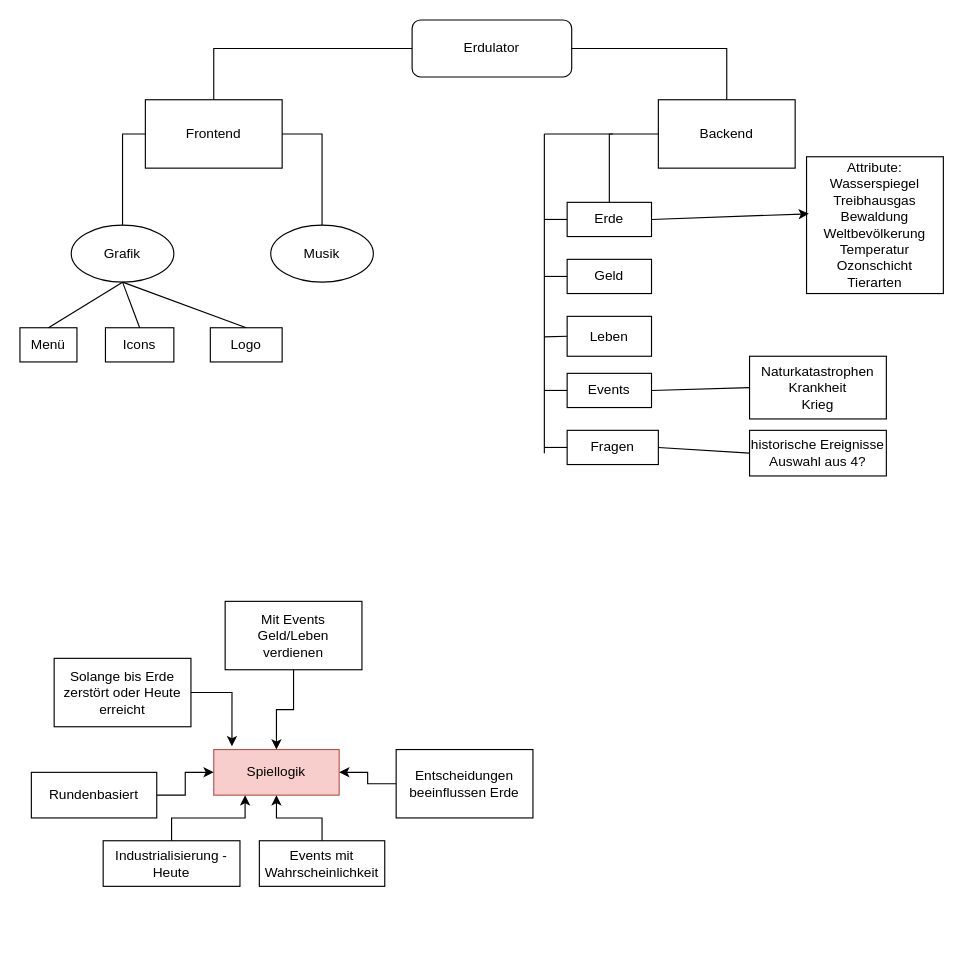
The draw.io diagram Erdulator.drawio in dimitrod/Erdulator, before the edit. Source tidied: cells renumbered, new cells numbered last; positions are measured from the earlier drawing's top-left corner, leaving out a move shared by most shapes. Both pictures are drawn from the tidied source at 114%, with x=0, y=0 at pixel (19, 19).
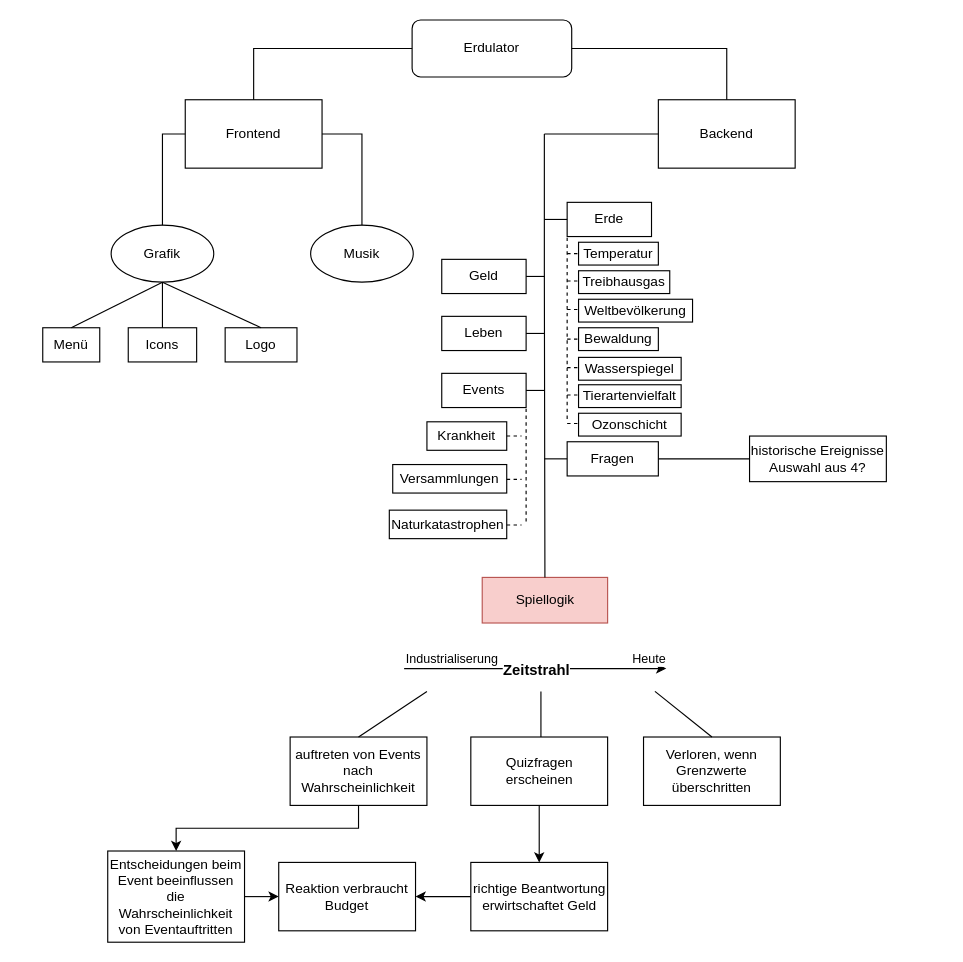
After the change.

Unchanged cells that the change refers to:
```xml
<mxCell id="2" value="Erdulator" style="rounded=1;whiteSpace=wrap;html=1;" parent="1" vertex="1">
  <mxGeometry x="344" width="140" height="50" as="geometry" />
</mxCell>
<mxCell id="8" value="Backend" style="rounded=0;whiteSpace=wrap;html=1;" parent="1" vertex="1">
  <mxGeometry x="560" y="70" width="120" height="60" as="geometry" />
</mxCell>
<mxCell id="10" value="Erde" style="rounded=0;whiteSpace=wrap;html=1;" parent="1" vertex="1">
  <mxGeometry x="480" y="160" width="74" height="30" as="geometry" />
</mxCell>
```

Change to the diagram source:
```diff
@@
     <mxCell id="3" value="Logo" style="rounded=0;whiteSpace=wrap;html=1;" parent="1" vertex="1">
-      <mxGeometry x="167" y="270" width="63" height="30" as="geometry" />
+      <mxGeometry x="180" y="270" width="63" height="30" as="geometry" />
     </mxCell>
     <mxCell id="4" value="Musik" style="ellipse;whiteSpace=wrap;html=1;" parent="1" vertex="1">
-      <mxGeometry x="220" y="180" width="90" height="50" as="geometry" />
+      <mxGeometry x="255" y="180" width="90" height="50" as="geometry" />
     </mxCell>
     <mxCell id="5" value="Grafik" style="ellipse;whiteSpace=wrap;html=1;" parent="1" vertex="1">
-      <mxGeometry x="45" y="180" width="90" height="50" as="geometry" />
+      <mxGeometry x="80" y="180" width="90" height="50" as="geometry" />
     </mxCell>
     <mxCell id="6" value="Icons" style="rounded=0;whiteSpace=wrap;html=1;" parent="1" vertex="1">
-      <mxGeometry x="75" y="270" width="60" height="30" as="geometry" />
+      <mxGeometry x="95" y="270" width="60" height="30" as="geometry" />
     </mxCell>
     <mxCell id="7" value="Spiellogik" style="rounded=0;whiteSpace=wrap;html=1;fillColor=#f8cecc;strokeColor=#b85450;" parent="1" vertex="1">
-      <mxGeometry x="170" y="640" width="110" height="40" as="geometry" />
+      <mxGeometry x="405.5" y="489" width="110" height="40" as="geometry" />
     </mxCell>
@@
     <mxCell id="9" value="Menü" style="rounded=0;whiteSpace=wrap;html=1;" parent="1" vertex="1">
-      <mxGeometry y="270" width="50" height="30" as="geometry" />
+      <mxGeometry x="20" y="270" width="50" height="30" as="geometry" />
     </mxCell>
@@
-    <mxCell id="11" value="Attribute:&lt;br&gt;Wasserspiegel&lt;br&gt;Treibhausgas&lt;br&gt;Bewaldung&lt;br&gt;Weltbevölkerung&lt;br&gt;Temperatur&lt;br&gt;Ozonschicht&lt;br&gt;Tierarten" style="rounded=0;whiteSpace=wrap;html=1;" parent="1" vertex="1">
-      <mxGeometry x="690" y="120" width="120" height="120" as="geometry" />
-    </mxCell>
-    <mxCell id="12" style="endArrow=classic;html=1;rounded=0;exitX=1;exitY=0.5;exitDx=0;exitDy=0;entryX=0.017;entryY=0.417;entryDx=0;entryDy=0;entryPerimeter=0;" parent="1" edge="1" source="10" target="11">
-      <mxGeometry relative="1" as="geometry" />
-    </mxCell>
     <mxCell id="13" value="Frontend" style="rounded=0;whiteSpace=wrap;html=1;" parent="1" vertex="1">
-      <mxGeometry x="110" y="70" width="120" height="60" as="geometry" />
+      <mxGeometry x="145" y="70" width="120" height="60" as="geometry" />
     </mxCell>
     <mxCell id="14" value="Geld" style="rounded=0;whiteSpace=wrap;html=1;" parent="1" vertex="1">
-      <mxGeometry x="480" y="210" width="74" height="30" as="geometry" />
+      <mxGeometry x="370" y="210" width="74" height="30" as="geometry" />
     </mxCell>
-    <mxCell id="15" value="Leben" style="rounded=0;whiteSpace=wrap;html=1;" parent="1" vertex="1">
-      <mxGeometry x="480" y="260" width="74" height="35" as="geometry" />
-    </mxCell>
     <mxCell id="16" value="Events" style="rounded=0;whiteSpace=wrap;html=1;" parent="1" vertex="1">
-      <mxGeometry x="480" y="310" width="74" height="30" as="geometry" />
+      <mxGeometry x="370" y="310" width="74" height="30" as="geometry" />
     </mxCell>
-    <mxCell id="17" value="Naturkatastrophen&lt;br&gt;Krankheit&lt;br&gt;Krieg" style="rounded=0;whiteSpace=wrap;html=1;" parent="1" vertex="1">
-      <mxGeometry x="640" y="295" width="120" height="55" as="geometry" />
-    </mxCell>
     <mxCell id="18" value="Fragen" style="rounded=0;whiteSpace=wrap;html=1;" parent="1" vertex="1">
-      <mxGeometry x="480" y="360" width="80" height="30" as="geometry" />
+      <mxGeometry x="480" y="370" width="80" height="30" as="geometry" />
     </mxCell>
     <mxCell id="19" value="historische Ereignisse&lt;br&gt;Auswahl aus 4?" style="rounded=0;whiteSpace=wrap;html=1;" parent="1" vertex="1">
-      <mxGeometry x="640" y="360" width="120" height="40" as="geometry" />
+      <mxGeometry x="640" y="365" width="120" height="40" as="geometry" />
     </mxCell>
-    <mxCell id="20" style="endArrow=none;html=1;rounded=0;entryX=1;entryY=0.5;entryDx=0;entryDy=0;exitX=0;exitY=0.5;exitDx=0;exitDy=0;" parent="1" edge="1" source="17" target="16">
-      <mxGeometry relative="1" as="geometry" />
-    </mxCell>
@@
-    <mxCell id="22" style="edgeStyle=orthogonalEdgeStyle;rounded=0;jettySize=auto;html=1;entryX=0;entryY=0.5;entryDx=0;entryDy=0;" parent="1" edge="1" source="23" target="7">
-      <mxGeometry relative="1" as="geometry" />
-    </mxCell>
-    <mxCell id="23" value="Rundenbasiert" style="rounded=0;whiteSpace=wrap;html=1;" parent="1" vertex="1">
-      <mxGeometry x="10" y="660" width="110" height="40" as="geometry" />
-    </mxCell>
-    <mxCell id="24" style="edgeStyle=orthogonalEdgeStyle;rounded=0;jettySize=auto;html=1;entryX=0.25;entryY=1;entryDx=0;entryDy=0;" parent="1" edge="1" source="25" target="7">
-      <mxGeometry relative="1" as="geometry" />
-    </mxCell>
-    <mxCell id="25" value="Industrialisierung - Heute" style="rounded=0;whiteSpace=wrap;html=1;" parent="1" vertex="1">
-      <mxGeometry x="73" y="720" width="120" height="40" as="geometry" />
-    </mxCell>
     <mxCell id="26" style="endArrow=none;html=1;rounded=0;entryX=0;entryY=0.5;entryDx=0;entryDy=0;exitX=0.5;exitY=0;exitDx=0;exitDy=0;" parent="1" edge="1" source="13" target="2">
       <mxGeometry relative="1" as="geometry">
         <Array as="points">
-          <mxPoint x="170" y="25" />
+          <mxPoint x="205" y="25" />
         </Array>
       </mxGeometry>
     </mxCell>
@@
-    <mxCell id="28" style="endArrow=none;html=1;rounded=0;entryX=0;entryY=0.5;entryDx=0;entryDy=0;exitX=0.5;exitY=0;exitDx=0;exitDy=0;" parent="1" edge="1" source="10" target="8">
-      <mxGeometry relative="1" as="geometry">
-        <Array as="points">
-          <mxPoint x="517" y="100" />
-        </Array>
-      </mxGeometry>
-    </mxCell>
-    <mxCell id="29" style="endArrow=none;html=1;rounded=0;" parent="1" edge="1">
+    <mxCell id="29" style="endArrow=none;html=1;rounded=0;exitX=0.5;exitY=0;exitDx=0;exitDy=0;" parent="1" edge="1" source="7">
       <mxGeometry relative="1" as="geometry">
-        <mxPoint x="460" y="380" as="sourcePoint" />
         <mxPoint x="460" y="100" as="targetPoint" />
+        <Array as="points">
+          <mxPoint x="460" y="220" />
+        </Array>
       </mxGeometry>
     </mxCell>
-    <mxCell id="30" style="endArrow=none;html=1;rounded=0;" parent="1" edge="1">
+    <mxCell id="30" style="endArrow=none;html=1;rounded=0;entryX=0;entryY=0.5;entryDx=0;entryDy=0;" parent="1" edge="1" target="8">
       <mxGeometry relative="1" as="geometry">
         <mxPoint x="460" y="100" as="sourcePoint" />
-        <mxPoint x="520" y="100" as="targetPoint" />
       </mxGeometry>
     </mxCell>
@@
-    <mxCell id="32" style="endArrow=none;html=1;rounded=0;entryX=0;entryY=0.5;entryDx=0;entryDy=0;" parent="1" edge="1" target="14">
-      <mxGeometry relative="1" as="geometry">
-        <mxPoint x="460" y="225" as="sourcePoint" />
-      </mxGeometry>
-    </mxCell>
-    <mxCell id="33" style="endArrow=none;html=1;rounded=0;entryX=0;entryY=0.5;entryDx=0;entryDy=0;" parent="1" edge="1" target="15">
-      <mxGeometry relative="1" as="geometry">
-        <mxPoint x="460" y="278" as="sourcePoint" />
-      </mxGeometry>
-    </mxCell>
-    <mxCell id="34" style="endArrow=none;html=1;rounded=0;entryX=0;entryY=0.5;entryDx=0;entryDy=0;" parent="1" edge="1" target="16">
-      <mxGeometry relative="1" as="geometry">
-        <mxPoint x="460" y="325" as="sourcePoint" />
-      </mxGeometry>
-    </mxCell>
     <mxCell id="35" style="endArrow=none;html=1;rounded=0;entryX=0;entryY=0.5;entryDx=0;entryDy=0;" parent="1" edge="1" target="18">
       <mxGeometry relative="1" as="geometry">
-        <mxPoint x="460" y="375" as="sourcePoint" />
+        <mxPoint x="460" y="385" as="sourcePoint" />
       </mxGeometry>
     </mxCell>
     <mxCell id="36" style="endArrow=none;html=1;rounded=0;entryX=0;entryY=0.5;entryDx=0;entryDy=0;exitX=0.5;exitY=0;exitDx=0;exitDy=0;" parent="1" edge="1" source="5" target="13">
       <mxGeometry relative="1" as="geometry">
         <Array as="points">
-          <mxPoint x="90" y="100" />
+          <mxPoint x="125" y="100" />
         </Array>
       </mxGeometry>
     </mxCell>
     <mxCell id="37" style="endArrow=none;html=1;rounded=0;entryX=0.5;entryY=0;entryDx=0;entryDy=0;exitX=1;exitY=0.5;exitDx=0;exitDy=0;" parent="1" edge="1" source="13" target="4">
       <mxGeometry relative="1" as="geometry">
         <Array as="points">
-          <mxPoint x="265" y="100" />
+          <mxPoint x="300" y="100" />
         </Array>
       </mxGeometry>
     </mxCell>
@@
-    <mxCell id="41" style="edgeStyle=orthogonalEdgeStyle;rounded=0;jettySize=auto;html=1;" parent="1" edge="1" source="42" target="7">
-      <mxGeometry relative="1" as="geometry" />
-    </mxCell>
-    <mxCell id="42" value="Events mit Wahrscheinlichkeit" style="rounded=0;whiteSpace=wrap;html=1;" parent="1" vertex="1">
-      <mxGeometry x="210" y="720" width="110" height="40" as="geometry" />
-    </mxCell>
-    <mxCell id="43" style="edgeStyle=orthogonalEdgeStyle;rounded=0;jettySize=auto;html=1;" parent="1" edge="1" source="44" target="7">
-      <mxGeometry relative="1" as="geometry" />
-    </mxCell>
-    <mxCell id="44" value="Entscheidungen beeinflussen Erde" style="rounded=0;whiteSpace=wrap;html=1;" parent="1" vertex="1">
-      <mxGeometry x="330" y="640" width="120" height="60" as="geometry" />
-    </mxCell>
-    <mxCell id="45" style="edgeStyle=orthogonalEdgeStyle;rounded=0;jettySize=auto;html=1;entryX=0.145;entryY=-0.071;entryDx=0;entryDy=0;entryPerimeter=0;" parent="1" edge="1" source="46" target="7">
-      <mxGeometry relative="1" as="geometry" />
-    </mxCell>
-    <mxCell id="46" value="Solange bis Erde zerstört oder Heute erreicht" style="rounded=0;whiteSpace=wrap;html=1;" parent="1" vertex="1">
-      <mxGeometry x="30" y="560" width="120" height="60" as="geometry" />
-    </mxCell>
-    <mxCell id="47" style="edgeStyle=orthogonalEdgeStyle;rounded=0;jettySize=auto;html=1;" parent="1" edge="1" source="48" target="7">
-      <mxGeometry relative="1" as="geometry" />
-    </mxCell>
-    <mxCell id="48" value="Mit Events Geld/Leben verdienen" style="rounded=0;whiteSpace=wrap;html=1;" parent="1" vertex="1">
-      <mxGeometry x="180" y="510" width="120" height="60" as="geometry" />
-    </mxCell>
+    <mxCell id="15" value="Leben" style="rounded=0;whiteSpace=wrap;html=1;" parent="1" vertex="1">
+      <mxGeometry x="370" y="260" width="74" height="30" as="geometry" />
+    </mxCell>
+    <mxCell id="49" style="endArrow=classic;html=1;rounded=0;" parent="1" edge="1">
+      <mxGeometry relative="1" as="geometry">
+        <mxPoint x="337" y="569" as="sourcePoint" />
+        <mxPoint x="567" y="569" as="targetPoint" />
+      </mxGeometry>
+    </mxCell>
+    <mxCell id="50" value="Zeitstrahl" style="edgeLabel;html=1;align=center;verticalAlign=middle;fontSize=13;fontStyle=1;" parent="49" vertex="1">
+      <mxGeometry relative="1" as="geometry" />
+    </mxCell>
+    <mxCell id="51" value="Industrialiserung" style="edgeLabel;html=1;align=left;verticalAlign=bottom;" parent="49" vertex="1">
+      <mxGeometry x="-1" relative="1" as="geometry" />
+    </mxCell>
+    <mxCell id="52" value="Heute" style="edgeLabel;html=1;align=right;verticalAlign=bottom;" parent="49" vertex="1">
+      <mxGeometry x="1" relative="1" as="geometry" />
+    </mxCell>
+    <mxCell id="53" style="edgeStyle=orthogonalEdgeStyle;rounded=0;jettySize=auto;html=1;exitX=0.5;exitY=1;exitDx=0;exitDy=0;entryX=0.5;entryY=0;entryDx=0;entryDy=0;" parent="1" edge="1" source="54" target="56">
+      <mxGeometry relative="1" as="geometry" />
+    </mxCell>
+    <mxCell id="54" value="auftreten von Events nach Wahrscheinlichkeit" style="rounded=0;whiteSpace=wrap;html=1;" parent="1" vertex="1">
+      <mxGeometry x="237" y="629" width="120" height="60" as="geometry" />
+    </mxCell>
+    <mxCell id="55" style="edgeStyle=orthogonalEdgeStyle;rounded=0;jettySize=auto;html=1;exitX=1;exitY=0.5;exitDx=0;exitDy=0;entryX=0;entryY=0.5;entryDx=0;entryDy=0;" parent="1" edge="1" source="56" target="59">
+      <mxGeometry relative="1" as="geometry" />
+    </mxCell>
+    <mxCell id="56" value="Entscheidungen beim Event beeinflussen die Wahrscheinlichkeit von Eventauftritten" style="rounded=0;whiteSpace=wrap;html=1;" parent="1" vertex="1">
+      <mxGeometry x="77" y="729" width="120" height="80" as="geometry" />
+    </mxCell>
+    <mxCell id="57" style="edgeStyle=orthogonalEdgeStyle;rounded=0;jettySize=auto;html=1;" parent="1" edge="1" source="58" target="61">
+      <mxGeometry relative="1" as="geometry" />
+    </mxCell>
+    <mxCell id="58" value="Quizfragen erscheinen" style="rounded=0;whiteSpace=wrap;html=1;" parent="1" vertex="1">
+      <mxGeometry x="395.5" y="629" width="120" height="60" as="geometry" />
+    </mxCell>
+    <mxCell id="59" value="Reaktion verbraucht Budget" style="rounded=0;whiteSpace=wrap;html=1;" parent="1" vertex="1">
+      <mxGeometry x="227" y="739" width="120" height="60" as="geometry" />
+    </mxCell>
+    <mxCell id="60" style="edgeStyle=orthogonalEdgeStyle;rounded=0;jettySize=auto;html=1;exitX=0;exitY=0.5;exitDx=0;exitDy=0;entryX=1;entryY=0.5;entryDx=0;entryDy=0;" parent="1" edge="1" source="61" target="59">
+      <mxGeometry relative="1" as="geometry" />
+    </mxCell>
+    <mxCell id="61" value="richtige Beantwortung erwirtschaftet Geld" style="whiteSpace=wrap;html=1;rounded=0;" parent="1" vertex="1">
+      <mxGeometry x="395.5" y="739" width="120" height="60" as="geometry" />
+    </mxCell>
+    <mxCell id="62" value="Verloren, wenn Grenzwerte überschritten" style="rounded=0;whiteSpace=wrap;html=1;" parent="1" vertex="1">
+      <mxGeometry x="547" y="629" width="120" height="60" as="geometry" />
+    </mxCell>
+    <mxCell id="63" style="endArrow=none;html=1;rounded=0;entryX=0.5;entryY=0;entryDx=0;entryDy=0;" parent="1" edge="1" target="54">
+      <mxGeometry relative="1" as="geometry">
+        <mxPoint x="357" y="589" as="sourcePoint" />
+      </mxGeometry>
+    </mxCell>
+    <mxCell id="64" style="endArrow=none;html=1;rounded=0;" parent="1" edge="1">
+      <mxGeometry relative="1" as="geometry">
+        <mxPoint x="457" y="589" as="sourcePoint" />
+        <mxPoint x="457" y="629" as="targetPoint" />
+      </mxGeometry>
+    </mxCell>
+    <mxCell id="65" style="endArrow=none;html=1;rounded=0;entryX=0.5;entryY=0;entryDx=0;entryDy=0;" parent="1" edge="1" target="62">
+      <mxGeometry relative="1" as="geometry">
+        <mxPoint x="557" y="589" as="sourcePoint" />
+      </mxGeometry>
+    </mxCell>
+    <mxCell id="66" style="endArrow=none;html=1;rounded=0;entryX=1;entryY=0.5;entryDx=0;entryDy=0;" parent="1" edge="1" target="14">
+      <mxGeometry relative="1" as="geometry">
+        <mxPoint x="460" y="225" as="sourcePoint" />
+      </mxGeometry>
+    </mxCell>
+    <mxCell id="67" style="endArrow=none;html=1;rounded=0;entryX=1;entryY=0.5;entryDx=0;entryDy=0;" parent="1" edge="1" target="16">
+      <mxGeometry relative="1" as="geometry">
+        <mxPoint x="460" y="325" as="sourcePoint" />
+      </mxGeometry>
+    </mxCell>
+    <mxCell id="68" value="Naturkatastrophen" style="rounded=0;whiteSpace=wrap;html=1;" parent="1" vertex="1">
+      <mxGeometry x="324" y="430" width="103" height="25" as="geometry" />
+    </mxCell>
+    <mxCell id="69" value="Krankheit" style="rounded=0;whiteSpace=wrap;html=1;" parent="1" vertex="1">
+      <mxGeometry x="357" y="352.5" width="70" height="25" as="geometry" />
+    </mxCell>
+    <mxCell id="70" value="Versammlungen" style="rounded=0;whiteSpace=wrap;html=1;" parent="1" vertex="1">
+      <mxGeometry x="327" y="390" width="100" height="25" as="geometry" />
+    </mxCell>
+    <mxCell id="71" style="endArrow=none;html=1;rounded=0;entryX=1;entryY=1;entryDx=0;entryDy=0;dashed=1;" parent="1" edge="1" target="16">
+      <mxGeometry relative="1" as="geometry">
+        <mxPoint x="444" y="440" as="sourcePoint" />
+      </mxGeometry>
+    </mxCell>
+    <mxCell id="72" style="endArrow=none;dashed=1;html=1;rounded=0;exitX=1;exitY=0.5;exitDx=0;exitDy=0;" parent="1" edge="1" source="69">
+      <mxGeometry relative="1" as="geometry">
+        <mxPoint x="440" y="365" as="targetPoint" />
+      </mxGeometry>
+    </mxCell>
+    <mxCell id="73" style="endArrow=none;dashed=1;html=1;rounded=0;exitX=1;exitY=0.5;exitDx=0;exitDy=0;" parent="1" edge="1">
+      <mxGeometry relative="1" as="geometry">
+        <mxPoint x="427" y="403" as="sourcePoint" />
+        <mxPoint x="440" y="403" as="targetPoint" />
+      </mxGeometry>
+    </mxCell>
+    <mxCell id="74" style="endArrow=none;dashed=1;html=1;rounded=0;exitX=1;exitY=0.5;exitDx=0;exitDy=0;" parent="1" edge="1">
+      <mxGeometry relative="1" as="geometry">
+        <mxPoint x="427" y="443" as="sourcePoint" />
+        <mxPoint x="440" y="443" as="targetPoint" />
+      </mxGeometry>
+    </mxCell>
+    <mxCell id="75" style="endArrow=none;html=1;rounded=0;entryX=1;entryY=0.5;entryDx=0;entryDy=0;" parent="1" edge="1">
+      <mxGeometry relative="1" as="geometry">
+        <mxPoint x="460" y="275" as="sourcePoint" />
+        <mxPoint x="444" y="275" as="targetPoint" />
+      </mxGeometry>
+    </mxCell>
+    <mxCell id="76" style="endArrow=none;dashed=1;html=1;rounded=0;entryX=0;entryY=1;entryDx=0;entryDy=0;" parent="1" edge="1" target="10">
+      <mxGeometry relative="1" as="geometry">
+        <mxPoint x="480" y="350" as="sourcePoint" />
+      </mxGeometry>
+    </mxCell>
+    <mxCell id="77" value="Temperatur" style="rounded=0;whiteSpace=wrap;html=1;" parent="1" vertex="1">
+      <mxGeometry x="490" y="195" width="70" height="20" as="geometry" />
+    </mxCell>
+    <mxCell id="78" value="Treibhausgas" style="rounded=0;whiteSpace=wrap;html=1;" parent="1" vertex="1">
+      <mxGeometry x="490" y="220" width="80" height="20" as="geometry" />
+    </mxCell>
+    <mxCell id="79" value="Weltbevölkerung" style="rounded=0;whiteSpace=wrap;html=1;" parent="1" vertex="1">
+      <mxGeometry x="490" y="245" width="100" height="20" as="geometry" />
+    </mxCell>
+    <mxCell id="80" value="Bewaldung" style="rounded=0;whiteSpace=wrap;html=1;" parent="1" vertex="1">
+      <mxGeometry x="490" y="270" width="70" height="20" as="geometry" />
+    </mxCell>
+    <mxCell id="81" value="Wasserspiegel" style="rounded=0;whiteSpace=wrap;html=1;" parent="1" vertex="1">
+      <mxGeometry x="490" y="296" width="90" height="20" as="geometry" />
+    </mxCell>
+    <mxCell id="82" value="Tierartenvielfalt" style="rounded=0;whiteSpace=wrap;html=1;" parent="1" vertex="1">
+      <mxGeometry x="490" y="320" width="90" height="20" as="geometry" />
+    </mxCell>
+    <mxCell id="83" value="Ozonschicht" style="rounded=0;whiteSpace=wrap;html=1;" parent="1" vertex="1">
+      <mxGeometry x="490" y="345" width="90" height="20" as="geometry" />
+    </mxCell>
+    <mxCell id="84" style="endArrow=none;dashed=1;html=1;rounded=0;entryX=0;entryY=0.5;entryDx=0;entryDy=0;" parent="1" edge="1" target="77">
+      <mxGeometry relative="1" as="geometry">
+        <mxPoint x="480" y="205" as="sourcePoint" />
+      </mxGeometry>
+    </mxCell>
+    <mxCell id="85" style="endArrow=none;dashed=1;html=1;rounded=0;entryX=0;entryY=0.5;entryDx=0;entryDy=0;" parent="1" edge="1">
+      <mxGeometry relative="1" as="geometry">
+        <mxPoint x="480" y="229" as="sourcePoint" />
+        <mxPoint x="490" y="229" as="targetPoint" />
+      </mxGeometry>
+    </mxCell>
+    <mxCell id="86" style="endArrow=none;dashed=1;html=1;rounded=0;entryX=0;entryY=0.5;entryDx=0;entryDy=0;" parent="1" edge="1">
+      <mxGeometry relative="1" as="geometry">
+        <mxPoint x="480" y="254" as="sourcePoint" />
+        <mxPoint x="490" y="254" as="targetPoint" />
+      </mxGeometry>
+    </mxCell>
+    <mxCell id="87" style="endArrow=none;dashed=1;html=1;rounded=0;entryX=0;entryY=0.5;entryDx=0;entryDy=0;" parent="1" edge="1">
+      <mxGeometry relative="1" as="geometry">
+        <mxPoint x="480" y="280" as="sourcePoint" />
+        <mxPoint x="490" y="280" as="targetPoint" />
+      </mxGeometry>
+    </mxCell>
+    <mxCell id="88" style="endArrow=none;dashed=1;html=1;rounded=0;entryX=0;entryY=0.5;entryDx=0;entryDy=0;" parent="1" edge="1">
+      <mxGeometry relative="1" as="geometry">
+        <mxPoint x="480" y="305" as="sourcePoint" />
+        <mxPoint x="490" y="305" as="targetPoint" />
+      </mxGeometry>
+    </mxCell>
+    <mxCell id="89" style="endArrow=none;dashed=1;html=1;rounded=0;entryX=0;entryY=0.5;entryDx=0;entryDy=0;" parent="1" edge="1">
+      <mxGeometry relative="1" as="geometry">
+        <mxPoint x="480" y="329" as="sourcePoint" />
+        <mxPoint x="490" y="329" as="targetPoint" />
+      </mxGeometry>
+    </mxCell>
+    <mxCell id="90" style="endArrow=none;dashed=1;html=1;rounded=0;entryX=0;entryY=0.5;entryDx=0;entryDy=0;" parent="1" edge="1">
+      <mxGeometry relative="1" as="geometry">
+        <mxPoint x="480" y="354" as="sourcePoint" />
+        <mxPoint x="490" y="354" as="targetPoint" />
+      </mxGeometry>
+    </mxCell>
```
